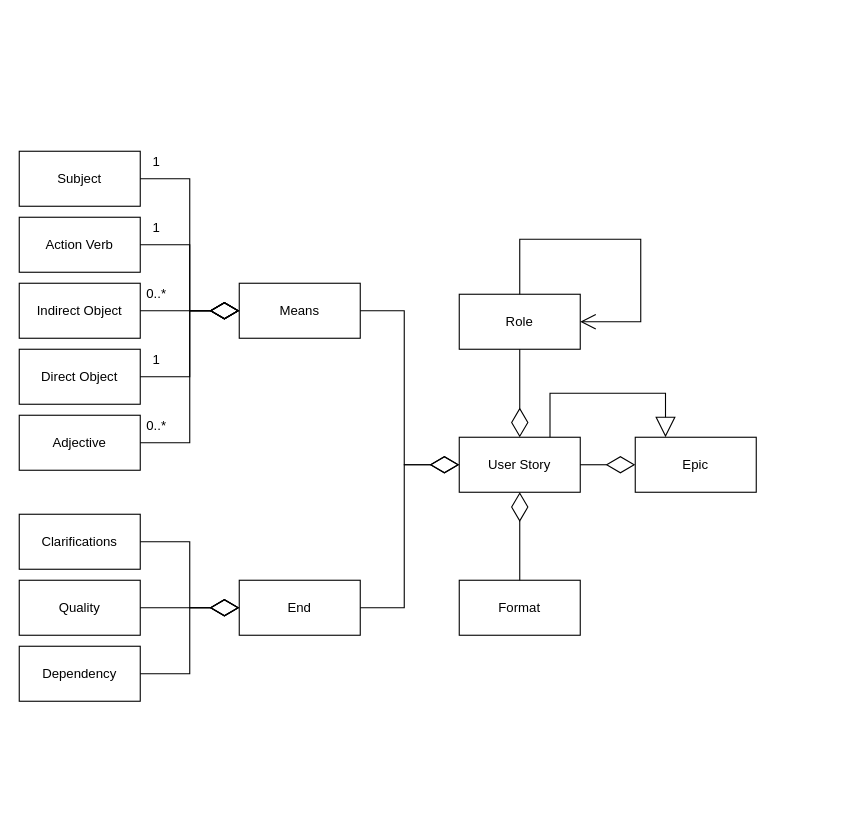
Earlier version of the draw.io diagram user_story_class_diagram.drawio (info-marceloramirez/architect_toolbox). Source tidied: cells renumbered, new cells numbered last; positions are measured from the earlier drawing's top-left corner, leaving out a move shared by most shapes. Both pictures are drawn from the tidied source at 110%, with x=0, y=0 at pixel (19, 151).
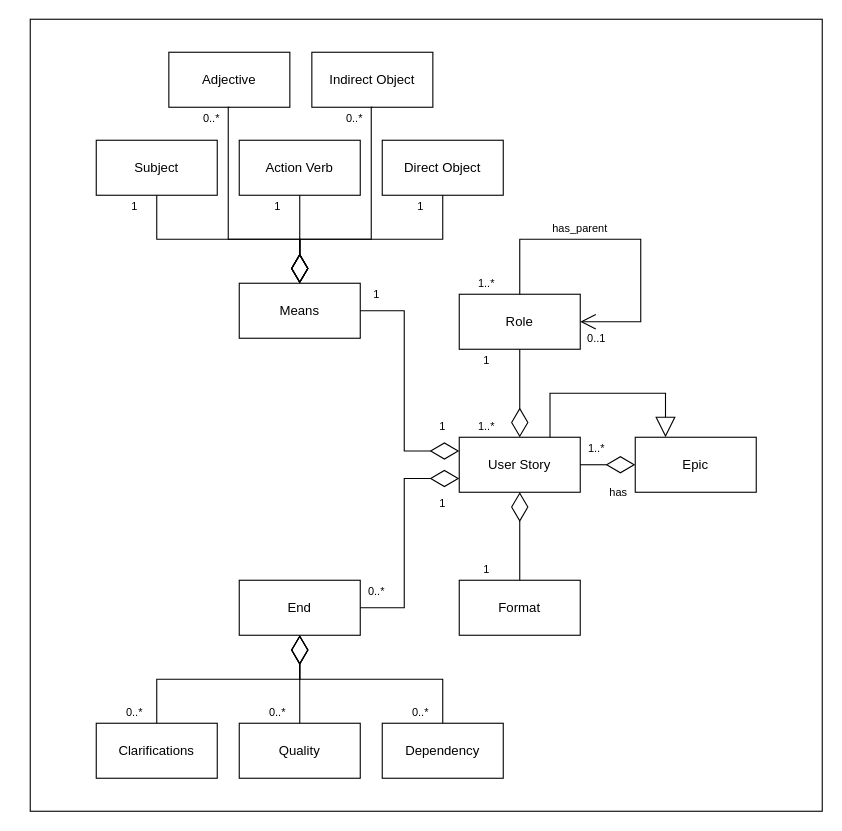
Above is the later version.

Unchanged cells that the change refers to:
```xml
<mxCell id="7" value="Means" style="html=1;whiteSpace=wrap;" parent="1" vertex="1">
  <mxGeometry x="200" y="120" width="110" height="50" as="geometry" />
</mxCell>
<mxCell id="13" value="User Story" style="html=1;whiteSpace=wrap;" parent="1" vertex="1">
  <mxGeometry x="400" y="260" width="110" height="50" as="geometry" />
</mxCell>
<mxCell id="24" value="End" style="html=1;whiteSpace=wrap;" parent="1" vertex="1">
  <mxGeometry x="200" y="390" width="110" height="50" as="geometry" />
</mxCell>
```

Diff of the diagram source:
```diff
@@
     <mxCell id="2" value="Adjective" style="html=1;whiteSpace=wrap;" parent="1" vertex="1">
-      <mxGeometry y="240" width="110" height="50" as="geometry" />
+      <mxGeometry x="136" y="-90" width="110" height="50" as="geometry" />
     </mxCell>
     <mxCell id="3" value="Subject" style="html=1;whiteSpace=wrap;" parent="1" vertex="1">
-      <mxGeometry width="110" height="50" as="geometry" />
+      <mxGeometry x="70" y="-10" width="110" height="50" as="geometry" />
     </mxCell>
     <mxCell id="4" value="Action Verb" style="html=1;whiteSpace=wrap;" parent="1" vertex="1">
-      <mxGeometry y="60" width="110" height="50" as="geometry" />
+      <mxGeometry x="200" y="-10" width="110" height="50" as="geometry" />
     </mxCell>
     <mxCell id="5" value="Indirect Object" style="html=1;whiteSpace=wrap;" parent="1" vertex="1">
-      <mxGeometry y="120" width="110" height="50" as="geometry" />
+      <mxGeometry x="266" y="-90" width="110" height="50" as="geometry" />
     </mxCell>
     <mxCell id="6" value="Direct Object" style="html=1;whiteSpace=wrap;" parent="1" vertex="1">
-      <mxGeometry y="180" width="110" height="50" as="geometry" />
+      <mxGeometry x="330" y="-10" width="110" height="50" as="geometry" />
     </mxCell>
@@
-    <mxCell id="8" style="endArrow=diamondThin;endFill=0;endSize=24;html=1;rounded=0;exitX=1;exitY=0.5;exitDx=0;exitDy=0;entryX=0;entryY=0.5;entryDx=0;entryDy=0;edgeStyle=orthogonalEdgeStyle;" parent="1" edge="1" source="3" target="7">
-      <mxGeometry relative="1" as="geometry" />
-    </mxCell>
-    <mxCell id="9" style="endArrow=diamondThin;endFill=0;endSize=24;html=1;rounded=0;exitX=1;exitY=0.5;exitDx=0;exitDy=0;entryX=0;entryY=0.5;entryDx=0;entryDy=0;edgeStyle=orthogonalEdgeStyle;" parent="1" edge="1" source="4" target="7">
-      <mxGeometry relative="1" as="geometry" />
-    </mxCell>
-    <mxCell id="10" style="endArrow=diamondThin;endFill=0;endSize=24;html=1;rounded=0;exitX=1;exitY=0.5;exitDx=0;exitDy=0;entryX=0;entryY=0.5;entryDx=0;entryDy=0;edgeStyle=orthogonalEdgeStyle;" parent="1" edge="1" source="5" target="7">
-      <mxGeometry relative="1" as="geometry" />
-    </mxCell>
-    <mxCell id="11" style="endArrow=diamondThin;endFill=0;endSize=24;html=1;rounded=0;exitX=1;exitY=0.5;exitDx=0;exitDy=0;entryX=0;entryY=0.5;entryDx=0;entryDy=0;edgeStyle=orthogonalEdgeStyle;" parent="1" edge="1" source="6" target="7">
-      <mxGeometry relative="1" as="geometry" />
-    </mxCell>
-    <mxCell id="12" style="endArrow=diamondThin;endFill=0;endSize=24;html=1;rounded=0;exitX=1;exitY=0.5;exitDx=0;exitDy=0;entryX=0;entryY=0.5;entryDx=0;entryDy=0;edgeStyle=orthogonalEdgeStyle;" parent="1" edge="1" source="2" target="7">
-      <mxGeometry relative="1" as="geometry" />
-    </mxCell>
@@
-    <mxCell id="14" style="endArrow=diamondThin;endFill=0;endSize=24;html=1;rounded=0;edgeStyle=orthogonalEdgeStyle;exitX=1;exitY=0.5;exitDx=0;exitDy=0;entryX=0;entryY=0.5;entryDx=0;entryDy=0;" parent="1" edge="1" source="7" target="13">
+    <mxCell id="14" style="endArrow=diamondThin;endFill=0;endSize=24;html=1;rounded=0;edgeStyle=orthogonalEdgeStyle;exitX=1;exitY=0.5;exitDx=0;exitDy=0;entryX=0;entryY=0.25;entryDx=0;entryDy=0;" parent="1" edge="1" source="7" target="13">
       <mxGeometry relative="1" as="geometry">
         <Array as="points">
           <mxPoint x="350" y="145" />
-          <mxPoint x="350" y="285" />
+          <mxPoint x="350" y="273" />
+          <mxPoint x="400" y="273" />
         </Array>
       </mxGeometry>
     </mxCell>
@@
     <mxCell id="21" value="Clarifications" style="html=1;whiteSpace=wrap;" parent="1" vertex="1">
-      <mxGeometry y="330" width="110" height="50" as="geometry" />
+      <mxGeometry x="70" y="520" width="110" height="50" as="geometry" />
     </mxCell>
     <mxCell id="22" value="Quality" style="html=1;whiteSpace=wrap;" parent="1" vertex="1">
-      <mxGeometry y="390" width="110" height="50" as="geometry" />
+      <mxGeometry x="200" y="520" width="110" height="50" as="geometry" />
     </mxCell>
     <mxCell id="23" value="Dependency" style="html=1;whiteSpace=wrap;" parent="1" vertex="1">
-      <mxGeometry y="450" width="110" height="50" as="geometry" />
+      <mxGeometry x="330" y="520" width="110" height="50" as="geometry" />
     </mxCell>
@@
-    <mxCell id="25" style="endArrow=diamondThin;endFill=0;endSize=24;html=1;rounded=0;edgeStyle=orthogonalEdgeStyle;entryX=0;entryY=0.5;entryDx=0;entryDy=0;exitX=1;exitY=0.5;exitDx=0;exitDy=0;" parent="1" edge="1" source="21" target="24">
-      <mxGeometry relative="1" as="geometry" />
-    </mxCell>
-    <mxCell id="26" style="endArrow=diamondThin;endFill=0;endSize=24;html=1;rounded=0;edgeStyle=orthogonalEdgeStyle;exitX=1;exitY=0.5;exitDx=0;exitDy=0;entryX=0;entryY=0.5;entryDx=0;entryDy=0;" parent="1" edge="1" source="22" target="24">
-      <mxGeometry relative="1" as="geometry" />
-    </mxCell>
-    <mxCell id="27" style="endArrow=diamondThin;endFill=0;endSize=24;html=1;rounded=0;edgeStyle=orthogonalEdgeStyle;exitX=1;exitY=0.5;exitDx=0;exitDy=0;entryX=0;entryY=0.5;entryDx=0;entryDy=0;" parent="1" edge="1" source="23" target="24">
-      <mxGeometry relative="1" as="geometry" />
-    </mxCell>
-    <mxCell id="28" style="endArrow=diamondThin;endFill=0;endSize=24;html=1;rounded=0;edgeStyle=orthogonalEdgeStyle;exitX=1;exitY=0.5;exitDx=0;exitDy=0;entryX=0;entryY=0.5;entryDx=0;entryDy=0;" parent="1" edge="1" source="24" target="13">
+    <mxCell id="28" style="endArrow=diamondThin;endFill=0;endSize=24;html=1;rounded=0;edgeStyle=orthogonalEdgeStyle;exitX=1;exitY=0.5;exitDx=0;exitDy=0;entryX=0;entryY=0.75;entryDx=0;entryDy=0;" parent="1" edge="1" source="24" target="13">
       <mxGeometry relative="1" as="geometry">
         <Array as="points">
           <mxPoint x="350" y="415" />
-          <mxPoint x="350" y="285" />
+          <mxPoint x="350" y="298" />
+          <mxPoint x="400" y="298" />
         </Array>
       </mxGeometry>
     </mxCell>
@@
-    <mxCell id="31" value="1" style="text;html=1;align=center;verticalAlign=middle;whiteSpace=wrap;rounded=0;" parent="1" vertex="1">
-      <mxGeometry x="110" width="30" height="20" as="geometry" />
+    <mxCell id="31" value="1" style="text;html=1;align=center;verticalAlign=middle;whiteSpace=wrap;rounded=0;fontSize=10;" parent="1" vertex="1">
+      <mxGeometry x="90" y="40" width="30" height="20" as="geometry" />
     </mxCell>
-    <mxCell id="32" value="1" style="text;html=1;align=center;verticalAlign=middle;whiteSpace=wrap;rounded=0;" parent="1" vertex="1">
-      <mxGeometry x="110" y="60" width="30" height="20" as="geometry" />
+    <mxCell id="32" value="1" style="text;html=1;align=center;verticalAlign=middle;whiteSpace=wrap;rounded=0;fontSize=10;" parent="1" vertex="1">
+      <mxGeometry x="220" y="40" width="30" height="20" as="geometry" />
     </mxCell>
-    <mxCell id="33" value="0..*" style="text;html=1;align=center;verticalAlign=middle;whiteSpace=wrap;rounded=0;" parent="1" vertex="1">
-      <mxGeometry x="110" y="120" width="30" height="20" as="geometry" />
+    <mxCell id="33" value="0..*" style="text;html=1;align=center;verticalAlign=middle;whiteSpace=wrap;rounded=0;fontSize=10;" parent="1" vertex="1">
+      <mxGeometry x="160" y="-40" width="30" height="20" as="geometry" />
     </mxCell>
-    <mxCell id="34" value="1" style="text;html=1;align=center;verticalAlign=middle;whiteSpace=wrap;rounded=0;" parent="1" vertex="1">
-      <mxGeometry x="110" y="180" width="30" height="20" as="geometry" />
+    <mxCell id="34" value="1" style="text;html=1;align=center;verticalAlign=middle;whiteSpace=wrap;rounded=0;fontSize=10;" parent="1" vertex="1">
+      <mxGeometry x="350" y="40" width="30" height="20" as="geometry" />
     </mxCell>
-    <mxCell id="35" value="0..*" style="text;html=1;align=center;verticalAlign=middle;whiteSpace=wrap;rounded=0;" parent="1" vertex="1">
-      <mxGeometry x="110" y="240" width="30" height="20" as="geometry" />
+    <mxCell id="35" value="0..*" style="text;html=1;align=center;verticalAlign=middle;whiteSpace=wrap;rounded=0;fontSize=10;" parent="1" vertex="1">
+      <mxGeometry x="290" y="-40" width="30" height="20" as="geometry" />
     </mxCell>
+    <mxCell id="36" value="1" style="text;html=1;align=center;verticalAlign=middle;whiteSpace=wrap;rounded=0;fontSize=10;" parent="1" vertex="1">
+      <mxGeometry x="310" y="120" width="30" height="20" as="geometry" />
+    </mxCell>
+    <mxCell id="37" value="0..*" style="text;html=1;align=center;verticalAlign=middle;whiteSpace=wrap;rounded=0;fontSize=10;" parent="1" vertex="1">
+      <mxGeometry x="350" y="500" width="30" height="20" as="geometry" />
+    </mxCell>
+    <mxCell id="38" value="0..*" style="text;html=1;align=center;verticalAlign=middle;whiteSpace=wrap;rounded=0;fontSize=10;" parent="1" vertex="1">
+      <mxGeometry x="220" y="500" width="30" height="20" as="geometry" />
+    </mxCell>
+    <mxCell id="39" value="0..*" style="text;html=1;align=center;verticalAlign=middle;whiteSpace=wrap;rounded=0;fontSize=10;" parent="1" vertex="1">
+      <mxGeometry x="90" y="500" width="30" height="20" as="geometry" />
+    </mxCell>
+    <mxCell id="40" value="0..*" style="text;html=1;align=center;verticalAlign=middle;whiteSpace=wrap;rounded=0;fontSize=10;" parent="1" vertex="1">
+      <mxGeometry x="310" y="390" width="30" height="20" as="geometry" />
+    </mxCell>
+    <mxCell id="41" value="1" style="text;html=1;align=center;verticalAlign=middle;whiteSpace=wrap;rounded=0;fontSize=10;" parent="1" vertex="1">
+      <mxGeometry x="370" y="240" width="30" height="20" as="geometry" />
+    </mxCell>
+    <mxCell id="42" value="1" style="text;html=1;align=center;verticalAlign=middle;whiteSpace=wrap;rounded=0;fontSize=10;" parent="1" vertex="1">
+      <mxGeometry x="370" y="310" width="30" height="20" as="geometry" />
+    </mxCell>
+    <mxCell id="43" value="1" style="text;html=1;align=center;verticalAlign=middle;whiteSpace=wrap;rounded=0;fontSize=10;" parent="1" vertex="1">
+      <mxGeometry x="410" y="370" width="30" height="20" as="geometry" />
+    </mxCell>
+    <mxCell id="44" value="1" style="text;html=1;align=center;verticalAlign=middle;whiteSpace=wrap;rounded=0;fontSize=10;" parent="1" vertex="1">
+      <mxGeometry x="410" y="180" width="30" height="20" as="geometry" />
+    </mxCell>
+    <mxCell id="45" value="1..*" style="text;html=1;align=center;verticalAlign=middle;whiteSpace=wrap;rounded=0;fontSize=10;" parent="1" vertex="1">
+      <mxGeometry x="410" y="240" width="30" height="20" as="geometry" />
+    </mxCell>
+    <mxCell id="46" value="1..*" style="text;html=1;align=center;verticalAlign=middle;whiteSpace=wrap;rounded=0;fontSize=10;" parent="1" vertex="1">
+      <mxGeometry x="510" y="260" width="30" height="20" as="geometry" />
+    </mxCell>
+    <mxCell id="47" value="has" style="text;html=1;align=center;verticalAlign=middle;whiteSpace=wrap;rounded=0;fontSize=10;" parent="1" vertex="1">
+      <mxGeometry x="530" y="300" width="30" height="20" as="geometry" />
+    </mxCell>
+    <mxCell id="48" value="1..*" style="text;html=1;align=center;verticalAlign=middle;whiteSpace=wrap;rounded=0;fontSize=10;" parent="1" vertex="1">
+      <mxGeometry x="410" y="110" width="30" height="20" as="geometry" />
+    </mxCell>
+    <mxCell id="49" value="0..1" style="text;html=1;align=center;verticalAlign=middle;whiteSpace=wrap;rounded=0;fontSize=10;" parent="1" vertex="1">
+      <mxGeometry x="510" y="160" width="30" height="20" as="geometry" />
+    </mxCell>
+    <mxCell id="50" value="has_parent" style="text;html=1;align=center;verticalAlign=middle;whiteSpace=wrap;rounded=0;fontSize=10;" parent="1" vertex="1">
+      <mxGeometry x="470" y="60" width="80" height="20" as="geometry" />
+    </mxCell>
+    <mxCell id="51" style="whiteSpace=wrap;html=1;fontColor=default;fillColor=none;" parent="1" vertex="1">
+      <mxGeometry x="10" y="-120" width="720" height="720" as="geometry" />
+    </mxCell>
+    <mxCell id="25" style="endArrow=diamondThin;endFill=0;endSize=24;html=1;rounded=0;edgeStyle=orthogonalEdgeStyle;exitX=0.5;exitY=0;exitDx=0;exitDy=0;entryX=0.5;entryY=1;entryDx=0;entryDy=0;" parent="1" edge="1" source="21" target="24">
+      <mxGeometry relative="1" as="geometry" />
+    </mxCell>
+    <mxCell id="26" style="endArrow=diamondThin;endFill=0;endSize=24;html=1;rounded=0;edgeStyle=orthogonalEdgeStyle;entryX=0.5;entryY=1;entryDx=0;entryDy=0;exitX=0.5;exitY=0;exitDx=0;exitDy=0;" parent="1" edge="1" source="22" target="24">
+      <mxGeometry relative="1" as="geometry" />
+    </mxCell>
+    <mxCell id="27" style="endArrow=diamondThin;endFill=0;endSize=24;html=1;rounded=0;edgeStyle=orthogonalEdgeStyle;exitX=0.5;exitY=0;exitDx=0;exitDy=0;entryX=0.5;entryY=1;entryDx=0;entryDy=0;" parent="1" edge="1" source="23" target="24">
+      <mxGeometry relative="1" as="geometry" />
+    </mxCell>
+    <mxCell id="9" style="endArrow=diamondThin;endFill=0;endSize=24;html=1;rounded=0;exitX=0.5;exitY=1;exitDx=0;exitDy=0;entryX=0.5;entryY=0;entryDx=0;entryDy=0;" parent="1" edge="1" source="4" target="7">
+      <mxGeometry relative="1" as="geometry" />
+    </mxCell>
+    <mxCell id="8" style="endArrow=diamondThin;endFill=0;endSize=24;html=1;rounded=0;exitX=0.5;exitY=1;exitDx=0;exitDy=0;edgeStyle=orthogonalEdgeStyle;entryX=0.5;entryY=0;entryDx=0;entryDy=0;" parent="1" edge="1" source="3" target="7">
+      <mxGeometry relative="1" as="geometry" />
+    </mxCell>
+    <mxCell id="11" style="endArrow=diamondThin;endFill=0;endSize=24;html=1;rounded=0;exitX=0.5;exitY=1;exitDx=0;exitDy=0;edgeStyle=orthogonalEdgeStyle;entryX=0.5;entryY=0;entryDx=0;entryDy=0;" parent="1" edge="1" source="6" target="7">
+      <mxGeometry relative="1" as="geometry" />
+    </mxCell>
+    <mxCell id="12" style="endArrow=diamondThin;endFill=0;endSize=24;html=1;rounded=0;exitX=0.5;exitY=1;exitDx=0;exitDy=0;edgeStyle=orthogonalEdgeStyle;entryX=0.5;entryY=0;entryDx=0;entryDy=0;" parent="1" edge="1" source="2" target="7">
+      <mxGeometry relative="1" as="geometry">
+        <Array as="points">
+          <mxPoint x="191" y="-40" />
+          <mxPoint x="190" y="-40" />
+          <mxPoint x="190" y="80" />
+          <mxPoint x="255" y="80" />
+        </Array>
+      </mxGeometry>
+    </mxCell>
+    <mxCell id="10" style="endArrow=diamondThin;endFill=0;endSize=24;html=1;rounded=0;exitX=0.5;exitY=1;exitDx=0;exitDy=0;edgeStyle=orthogonalEdgeStyle;entryX=0.5;entryY=0;entryDx=0;entryDy=0;" parent="1" edge="1" source="5" target="7">
+      <mxGeometry relative="1" as="geometry">
+        <Array as="points">
+          <mxPoint x="320" y="-40" />
+          <mxPoint x="320" y="80" />
+          <mxPoint x="255" y="80" />
+        </Array>
+      </mxGeometry>
+    </mxCell>
```
